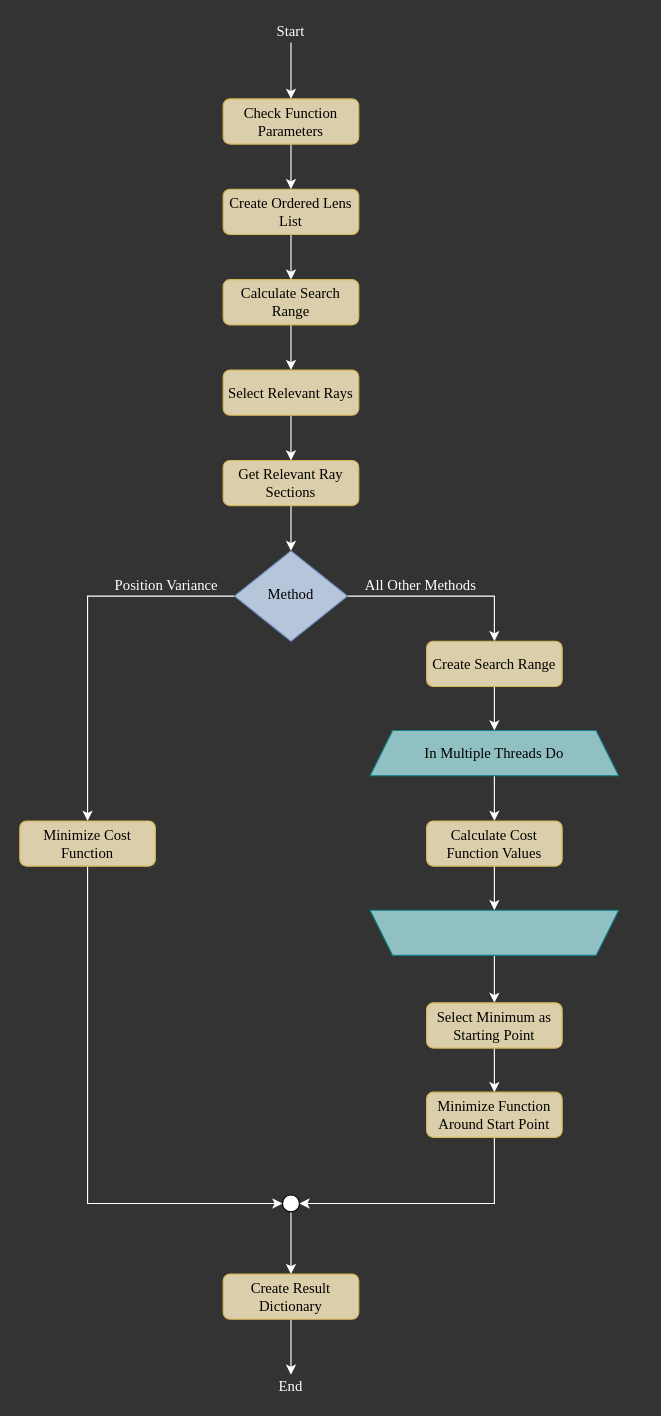
drocheam/optrace keeps this draw.io diagram as docs/source/images/FocusPAP.drawio. Above is the earlier version. Source tidied: cells renumbered, new cells numbered last; positions are measured from the earlier drawing's top-left corner, leaving out a move shared by most shapes. Both pictures are drawn from the tidied source at 113%, with x=0, y=0 at pixel (19, 19).
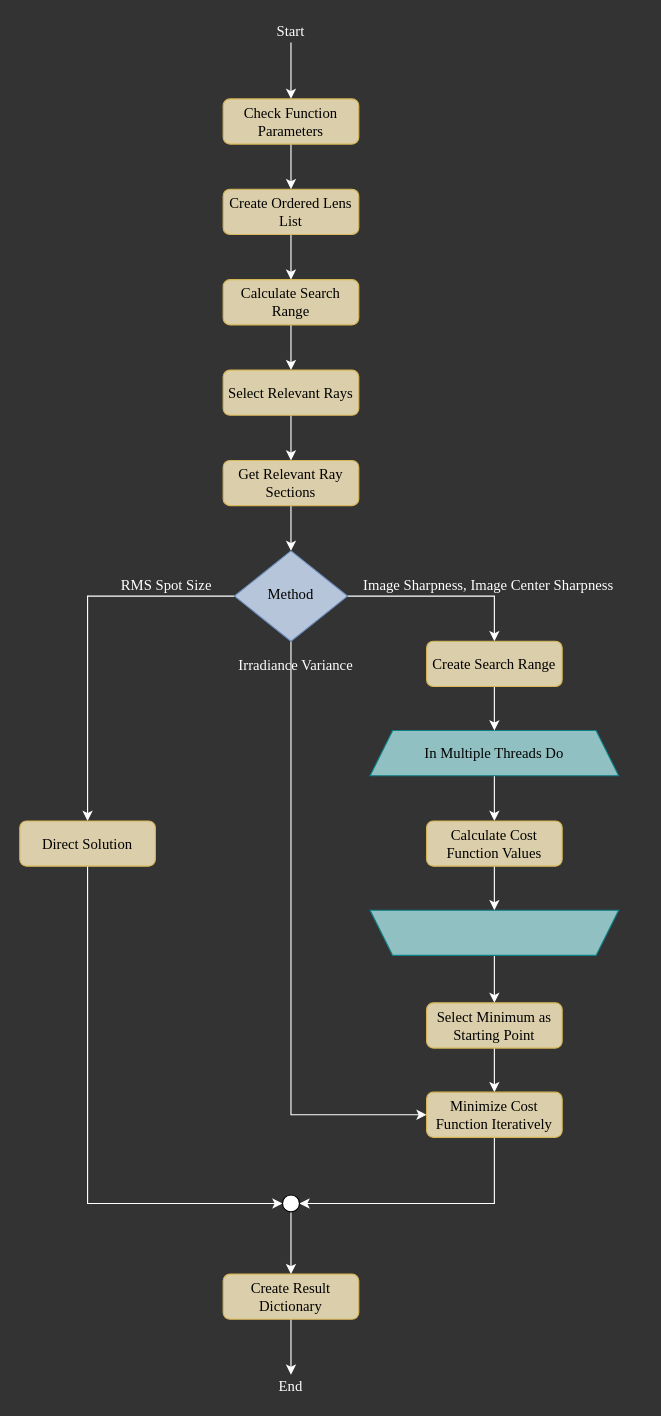
The same diagram, later.

Unchanged cells that the change refers to:
```xml
<mxCell id="21" value="Method" style="rhombus;whiteSpace=wrap;html=1;shadow=0;fontFamily=Times New Roman;fontSize=13;align=center;strokeWidth=1;spacing=6;spacingTop=-4;fillColor=#B6C5D9;strokeColor=#6c8ebf;fontColor=#000000;" parent="1" vertex="1">
  <mxGeometry x="190" y="470" width="100" height="80" as="geometry" />
</mxCell>
```

Change to the diagram source:
```diff
@@
-    <mxCell id="11" value="In Multiple Threads Do" style="shape=trapezoid;perimeter=trapezoidPerimeter;whiteSpace=wrap;html=1;fixedSize=1;fontFamily=Times New Roman;fillColor=#90c0c2;strokeColor=#0e8088;fontSize=13;" parent="1" vertex="1">
+    <mxCell id="11" value="&lt;font style=&quot;color: rgb(0, 0, 0);&quot;&gt;In Multiple Threads Do&lt;/font&gt;" style="shape=trapezoid;perimeter=trapezoidPerimeter;whiteSpace=wrap;html=1;fixedSize=1;fontFamily=Times New Roman;fillColor=#90c0c2;strokeColor=#0e8088;fontSize=13;" parent="1" vertex="1">
       <mxGeometry x="310" y="629" width="220" height="40" as="geometry" />
     </mxCell>
@@
+    <mxCell id="39" style="edgeStyle=orthogonalEdgeStyle;rounded=0;jettySize=auto;html=1;entryX=0;entryY=0.5;entryDx=0;entryDy=0;strokeColor=#FFFFFF;" parent="1" edge="1" source="21" target="33">
+      <mxGeometry relative="1" as="geometry">
+        <Array as="points">
+          <mxPoint x="240" y="969" />
+        </Array>
+      </mxGeometry>
+    </mxCell>
+    <mxCell id="40" value="&lt;span&gt;&lt;font style=&quot;color: rgb(255, 255, 255);&quot;&gt;Irradiance Variance&lt;/font&gt;&lt;/span&gt;" style="edgeLabel;html=1;align=center;verticalAlign=middle;labelBackgroundColor=none;fontFamily=Times New Roman;fontSize=13;" parent="39" vertex="1">
+      <mxGeometry x="-0.35" y="3" relative="1" as="geometry">
+        <mxPoint y="-155" as="offset" />
+      </mxGeometry>
+    </mxCell>
@@
-    <mxCell id="23" value="Minimize Cost Function" style="rounded=1;whiteSpace=wrap;html=1;fontSize=13;glass=0;strokeWidth=1;shadow=0;fillColor=#DBCEAA;strokeColor=#d6b656;fontFamily=Times New Roman;fontColor=#000000;" parent="1" vertex="1">
+    <mxCell id="23" value="Direct Solution" style="rounded=1;whiteSpace=wrap;html=1;fontSize=13;glass=0;strokeWidth=1;shadow=0;fillColor=#DBCEAA;strokeColor=#d6b656;fontFamily=Times New Roman;fontColor=#000000;" parent="1" vertex="1">
       <mxGeometry y="709" width="120" height="40" as="geometry" />
     </mxCell>
@@
-    <mxCell id="33" value="Minimize Function Around Start Point" style="rounded=1;whiteSpace=wrap;html=1;fontSize=13;glass=0;strokeWidth=1;shadow=0;fillColor=#DBCEAA;strokeColor=#d6b656;fontFamily=Times New Roman;fontColor=#000000;flipV=1;" parent="1" vertex="1">
+    <mxCell id="33" value="Minimize Cost Function Iteratively" style="rounded=1;whiteSpace=wrap;html=1;fontSize=13;glass=0;strokeWidth=1;shadow=0;fillColor=#DBCEAA;strokeColor=#d6b656;fontFamily=Times New Roman;fontColor=#000000;flipV=1;" parent="1" vertex="1">
       <mxGeometry x="360" y="949" width="120" height="40" as="geometry" />
     </mxCell>
@@
-    <mxCell id="35" style="ellipse;whiteSpace=wrap;html=1;fontFamily=Times New Roman;fontSize=13;fontColor=#000000;" parent="1" vertex="1">
+    <mxCell id="35" style="ellipse;whiteSpace=wrap;html=1;fontFamily=Times New Roman;fontSize=13;fontColor=#000000;fillColor=light-dark(#ffffff, #ededed);" parent="1" vertex="1">
       <mxGeometry x="232.5" y="1040" width="15" height="15" as="geometry" />
     </mxCell>
-    <mxCell id="36" value="Position Variance" style="text;html=1;strokeColor=none;fillColor=none;align=center;verticalAlign=middle;whiteSpace=wrap;rounded=0;fontFamily=Times New Roman;fontSize=13;fontColor=#FFFFFF;" parent="1" vertex="1">
+    <mxCell id="36" value="RMS Spot Size" style="text;html=1;strokeColor=none;fillColor=none;align=center;verticalAlign=middle;whiteSpace=wrap;rounded=0;fontFamily=Times New Roman;fontSize=13;fontColor=#FFFFFF;" parent="1" vertex="1">
       <mxGeometry x="80" y="490" width="100" height="20" as="geometry" />
     </mxCell>
-    <mxCell id="37" value="All Other Methods" style="text;html=1;strokeColor=none;fillColor=none;align=center;verticalAlign=middle;whiteSpace=wrap;rounded=0;fontFamily=Times New Roman;fontSize=13;fontColor=#FFFFFF;labelBackgroundColor=none;" parent="1" vertex="1">
-      <mxGeometry x="280" y="490" width="150" height="20" as="geometry" />
+    <mxCell id="37" value="Image Sharpness, Image Center Sharpness" style="text;html=1;strokeColor=none;fillColor=none;align=center;verticalAlign=middle;whiteSpace=wrap;rounded=0;fontFamily=Times New Roman;fontSize=13;fontColor=#FFFFFF;labelBackgroundColor=none;" parent="1" vertex="1">
+      <mxGeometry x="280" y="490" width="270" height="20" as="geometry" />
     </mxCell>
```
